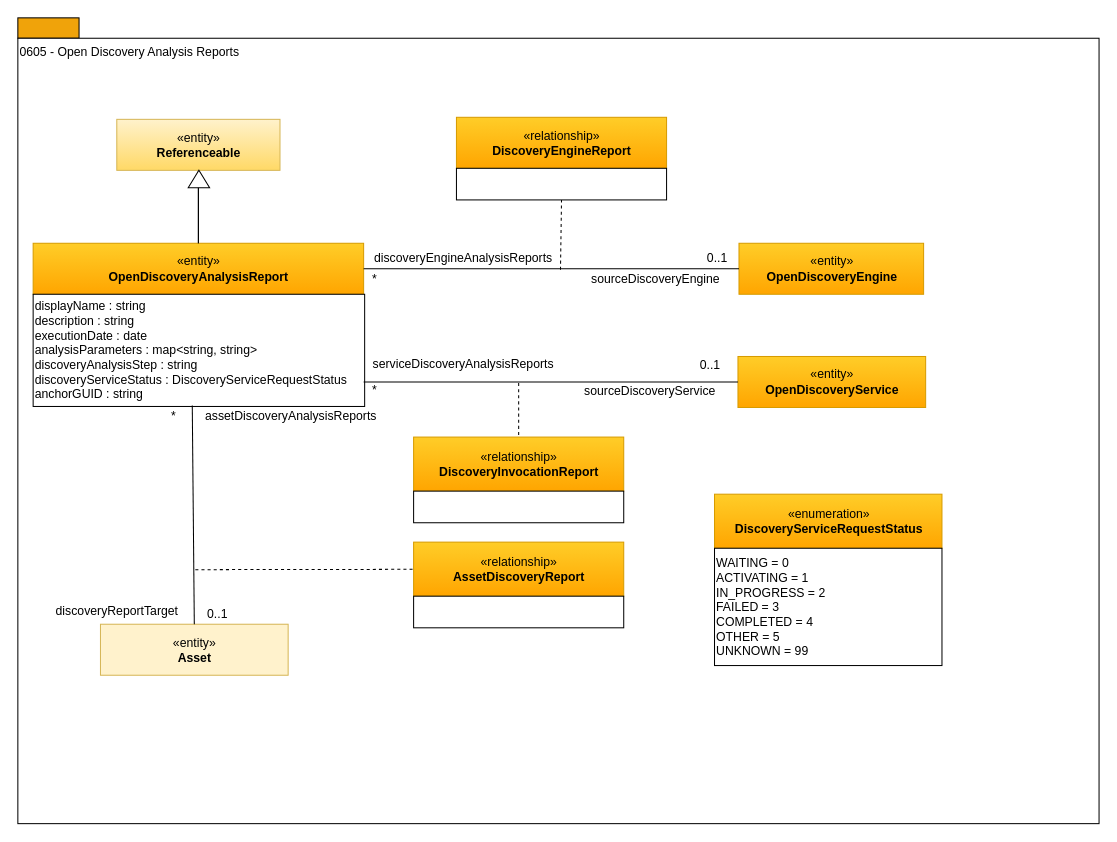
Before: page "0605-Open-Discovery-Analysis-Reports" (5 of 18) of open-metadata-publication/website/open-metadata-types/area-6-discovery.drawio in odpi/egeria, a draw.io diagram. Source tidied: cells renumbered, new cells numbered last; positions are measured from the earlier drawing's top-left corner, leaving out a move shared by most shapes. Both pictures are drawn from the tidied source at 102%, with x=0, y=0 at pixel (17, 17).
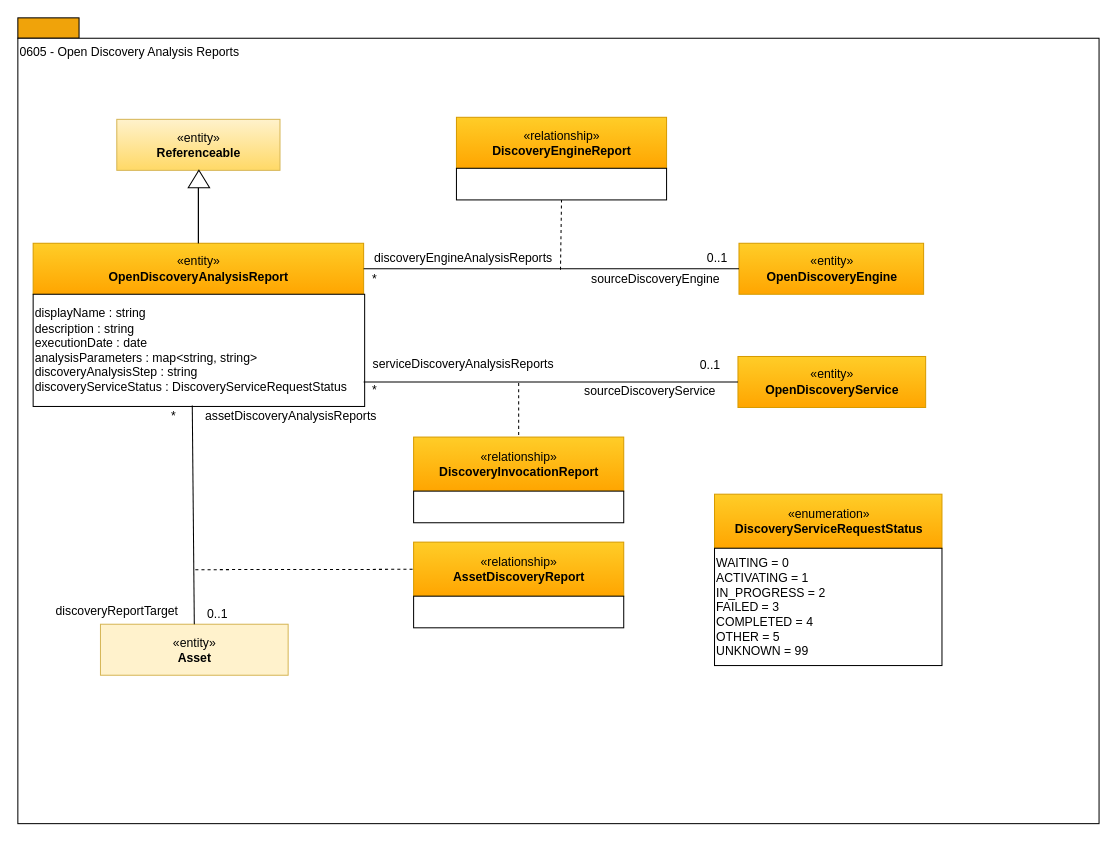
Above is the later version.

What changed in the source:
```diff
@@
-    <mxCell id="5" value="displayName : string&lt;br&gt;description : string&lt;br&gt;executionDate : date&lt;br&gt;&lt;div style=&quot;text-align: left&quot;&gt;&lt;span&gt;analysisParameters : map&amp;lt;string, string&amp;gt;&lt;/span&gt;&lt;/div&gt;&lt;div style=&quot;text-align: left&quot;&gt;&lt;span&gt;discoveryAnalysisStep : string&lt;/span&gt;&lt;/div&gt;&lt;div style=&quot;text-align: left&quot;&gt;&lt;span&gt;discoveryServiceStatus : DiscoveryServiceRequestStatus&lt;/span&gt;&lt;/div&gt;&lt;div style=&quot;text-align: left&quot;&gt;&lt;span&gt;anchorGUID : string&lt;/span&gt;&lt;/div&gt;" style="rounded=0;whiteSpace=wrap;html=1;strokeColor=#000000;gradientColor=#ffffff;align=left;" parent="1" vertex="1">
+    <mxCell id="5" value="displayName : string&lt;br&gt;description : string&lt;br&gt;executionDate : date&lt;br&gt;&lt;div style=&quot;text-align: left&quot;&gt;&lt;span&gt;analysisParameters : map&amp;lt;string, string&amp;gt;&lt;/span&gt;&lt;/div&gt;&lt;div style=&quot;text-align: left&quot;&gt;&lt;span&gt;discoveryAnalysisStep : string&lt;/span&gt;&lt;/div&gt;&lt;div style=&quot;text-align: left&quot;&gt;&lt;span&gt;discoveryServiceStatus : DiscoveryServiceRequestStatus&lt;/span&gt;&lt;/div&gt;" style="rounded=0;whiteSpace=wrap;html=1;strokeColor=#000000;gradientColor=#ffffff;align=left;" parent="1" vertex="1">
       <mxGeometry x="15" y="271" width="325" height="110" as="geometry" />
     </mxCell>
```
